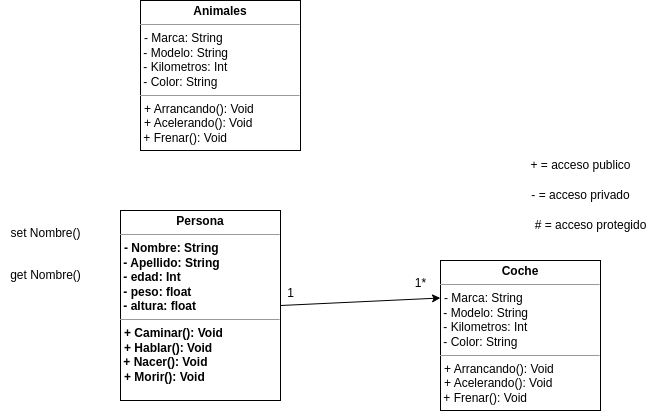
Earlier version of the draw.io export Diagrama/Ejemplo_de_clase.drawio.png (JVC0/ETS). Source tidied: cells renumbered, new cells last; positions are measured from the earlier drawing's top-left corner, leaving out a move shared by most shapes. Source of this version:
```xml
<mxGraphModel>
  <root>
    <mxCell id="0" />
    <mxCell id="1" parent="0" />
    <mxCell id="2" value="&lt;p style=&quot;margin:0px;margin-top:4px;text-align:center;&quot;&gt;&lt;span&gt;Persona&lt;/span&gt;&lt;/p&gt;&lt;hr size=&quot;1&quot;&gt;&lt;p style=&quot;margin:0px;margin-left:4px;&quot;&gt;- Nombre: String&lt;/p&gt;&amp;nbsp;- Apellido: String&lt;br&gt;&amp;nbsp;- edad: Int&lt;br&gt;&amp;nbsp;- peso: float&lt;br&gt;&amp;nbsp;- altura: float&lt;br&gt;&lt;hr size=&quot;1&quot;&gt;&lt;p style=&quot;margin:0px;margin-left:4px;&quot;&gt;+ Caminar(): Void&lt;/p&gt;&lt;p style=&quot;margin:0px;margin-left:4px;&quot;&gt;+ Hablar():&lt;span style=&quot;background-color: initial;&quot;&gt;&amp;nbsp;Void&lt;/span&gt;&lt;/p&gt;&amp;nbsp;+ Nacer(): Void&lt;p style=&quot;margin:0px;margin-left:4px;&quot;&gt;+ Morir(): Void&lt;br&gt;&lt;/p&gt;" style="verticalAlign=top;align=left;overflow=fill;html=1;whiteSpace=wrap;fontStyle=1;" parent="1" vertex="1">
      <mxGeometry x="120" y="210" width="160" height="190" as="geometry" />
    </mxCell>
    <mxCell id="3" value="+ = acceso publico" style="text;html=1;align=center;verticalAlign=middle;strokeColor=none;fillColor=none;" parent="1" vertex="1">
      <mxGeometry x="520" y="150" width="120" height="30" as="geometry" />
    </mxCell>
    <mxCell id="4" value="- = acceso privado" style="text;html=1;align=center;verticalAlign=middle;strokeColor=none;fillColor=none;" parent="1" vertex="1">
      <mxGeometry x="520" y="180" width="120" height="30" as="geometry" />
    </mxCell>
    <mxCell id="5" value="# = acceso protegido" style="text;html=1;align=center;verticalAlign=middle;strokeColor=none;fillColor=none;" parent="1" vertex="1">
      <mxGeometry x="520" y="210" width="140" height="30" as="geometry" />
    </mxCell>
    <mxCell id="6" value="&lt;p style=&quot;margin:0px;margin-top:4px;text-align:center;&quot;&gt;&lt;b&gt;Coche&lt;/b&gt;&lt;/p&gt;&lt;hr size=&quot;1&quot;&gt;&lt;p style=&quot;margin:0px;margin-left:4px;&quot;&gt;- Marca: String&lt;/p&gt;&amp;nbsp;- Modelo: String&lt;br&gt;&amp;nbsp;- Kilometros: Int&lt;br&gt;&amp;nbsp;- Color: String&lt;br&gt;&lt;hr size=&quot;1&quot;&gt;&lt;p style=&quot;margin:0px;margin-left:4px;&quot;&gt;+ Arrancando(): Void&lt;/p&gt;&lt;p style=&quot;margin:0px;margin-left:4px;&quot;&gt;+ Acelerando():&lt;span style=&quot;background-color: initial;&quot;&gt;&amp;nbsp;Void&lt;/span&gt;&lt;/p&gt;&amp;nbsp;+ Frenar(): Void" style="verticalAlign=top;align=left;overflow=fill;html=1;whiteSpace=wrap;" parent="1" vertex="1">
      <mxGeometry x="440" y="260" width="160" height="150" as="geometry" />
    </mxCell>
    <mxCell id="7" value="set Nombre()" style="text;html=1;align=center;verticalAlign=middle;strokeColor=none;fillColor=none;" parent="1" vertex="1">
      <mxGeometry y="218" width="90" height="30" as="geometry" />
    </mxCell>
    <mxCell id="8" value="get Nombre()" style="text;html=1;align=center;verticalAlign=middle;strokeColor=none;fillColor=none;" parent="1" vertex="1">
      <mxGeometry y="260" width="90" height="30" as="geometry" />
    </mxCell>
    <mxCell id="9" style="endArrow=classic;html=1;rounded=0;exitX=1;exitY=0.5;exitDx=0;exitDy=0;entryX=0;entryY=0.25;entryDx=0;entryDy=0;" parent="1" edge="1" source="2" target="6">
      <mxGeometry relative="1" as="geometry" />
    </mxCell>
    <mxCell id="10" value="1*" style="text;html=1;align=center;verticalAlign=middle;strokeColor=none;fillColor=none;" parent="1" vertex="1">
      <mxGeometry x="405" y="268" width="30" height="30" as="geometry" />
    </mxCell>
    <mxCell id="11" value="1" style="text;html=1;align=center;verticalAlign=middle;strokeColor=none;fillColor=none;" parent="1" vertex="1">
      <mxGeometry x="275" y="278" width="30" height="30" as="geometry" />
    </mxCell>
    <mxCell id="12" value="&lt;p style=&quot;margin:0px;margin-top:4px;text-align:center;&quot;&gt;&lt;b&gt;Animales&lt;/b&gt;&lt;/p&gt;&lt;hr size=&quot;1&quot;&gt;&lt;p style=&quot;margin:0px;margin-left:4px;&quot;&gt;- Marca: String&lt;/p&gt;&amp;nbsp;- Modelo: String&lt;br&gt;&amp;nbsp;- Kilometros: Int&lt;br&gt;&amp;nbsp;- Color: String&lt;br&gt;&lt;hr size=&quot;1&quot;&gt;&lt;p style=&quot;margin:0px;margin-left:4px;&quot;&gt;+ Arrancando(): Void&lt;/p&gt;&lt;p style=&quot;margin:0px;margin-left:4px;&quot;&gt;+ Acelerando():&lt;span style=&quot;background-color: initial;&quot;&gt;&amp;nbsp;Void&lt;/span&gt;&lt;/p&gt;&amp;nbsp;+ Frenar(): Void" style="verticalAlign=top;align=left;overflow=fill;html=1;whiteSpace=wrap;" parent="1" vertex="1">
      <mxGeometry x="140" width="160" height="150" as="geometry" />
    </mxCell>
  </root>
</mxGraphModel>
```
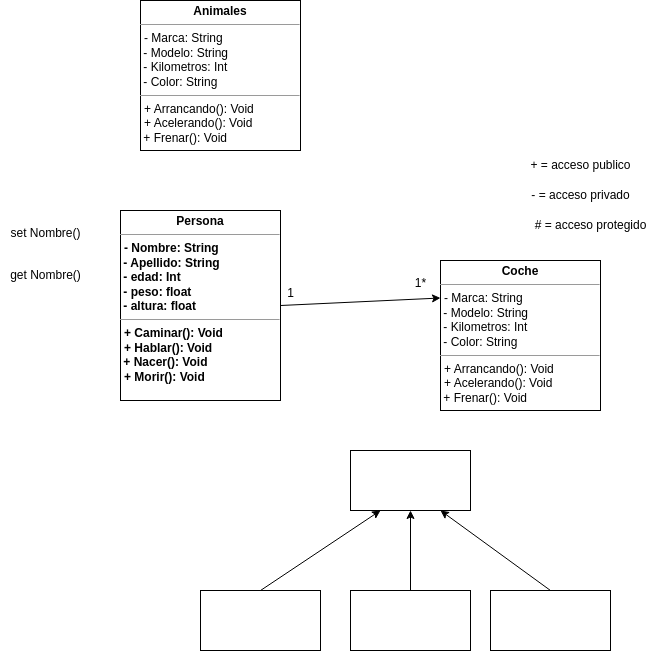
The same diagram one commit later.

What changed in the source:
```diff
@@ -35,5 +35,26 @@
     <mxCell id="12" value="&lt;p style=&quot;margin:0px;margin-top:4px;text-align:center;&quot;&gt;&lt;b&gt;Animales&lt;/b&gt;&lt;/p&gt;&lt;hr size=&quot;1&quot;&gt;&lt;p style=&quot;margin:0px;margin-left:4px;&quot;&gt;- Marca: String&lt;/p&gt;&amp;nbsp;- Modelo: String&lt;br&gt;&amp;nbsp;- Kilometros: Int&lt;br&gt;&amp;nbsp;- Color: String&lt;br&gt;&lt;hr size=&quot;1&quot;&gt;&lt;p style=&quot;margin:0px;margin-left:4px;&quot;&gt;+ Arrancando(): Void&lt;/p&gt;&lt;p style=&quot;margin:0px;margin-left:4px;&quot;&gt;+ Acelerando():&lt;span style=&quot;background-color: initial;&quot;&gt;&amp;nbsp;Void&lt;/span&gt;&lt;/p&gt;&amp;nbsp;+ Frenar(): Void" style="verticalAlign=top;align=left;overflow=fill;html=1;whiteSpace=wrap;" parent="1" vertex="1">
       <mxGeometry x="140" width="160" height="150" as="geometry" />
     </mxCell>
+    <mxCell id="13" style="rounded=0;whiteSpace=wrap;html=1;" parent="1" vertex="1">
+      <mxGeometry x="200" y="590" width="120" height="60" as="geometry" />
+    </mxCell>
+    <mxCell id="14" style="rounded=0;whiteSpace=wrap;html=1;" parent="1" vertex="1">
+      <mxGeometry x="350" y="450" width="120" height="60" as="geometry" />
+    </mxCell>
+    <mxCell id="15" style="rounded=0;whiteSpace=wrap;html=1;" parent="1" vertex="1">
+      <mxGeometry x="490" y="590" width="120" height="60" as="geometry" />
+    </mxCell>
+    <mxCell id="16" style="rounded=0;whiteSpace=wrap;html=1;" parent="1" vertex="1">
+      <mxGeometry x="350" y="590" width="120" height="60" as="geometry" />
+    </mxCell>
+    <mxCell id="17" style="endArrow=classic;html=1;exitX=0.5;exitY=0;exitDx=0;exitDy=0;entryX=0.25;entryY=1;entryDx=0;entryDy=0;" parent="1" edge="1" source="13" target="14">
+      <mxGeometry relative="1" as="geometry" />
+    </mxCell>
+    <mxCell id="18" style="endArrow=classic;html=1;exitX=0.5;exitY=0;exitDx=0;exitDy=0;entryX=0.5;entryY=1;entryDx=0;entryDy=0;" parent="1" edge="1" source="16" target="14">
+      <mxGeometry relative="1" as="geometry" />
+    </mxCell>
+    <mxCell id="19" style="endArrow=classic;html=1;exitX=0.5;exitY=0;exitDx=0;exitDy=0;entryX=0.75;entryY=1;entryDx=0;entryDy=0;" parent="1" edge="1" source="15" target="14">
+      <mxGeometry relative="1" as="geometry" />
+    </mxCell>
   </root>
 </mxGraphModel>
```
